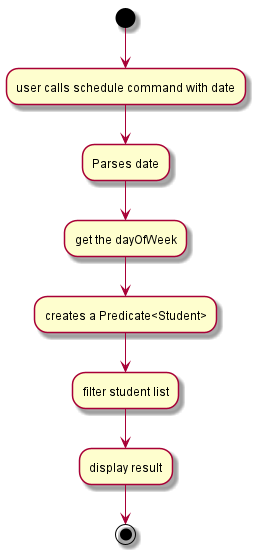
This is docs/images/ScheduleActivityDiagram.png from nus-cs2103-AY2021S1/tp, a PlantUML export, as it was before one commit.
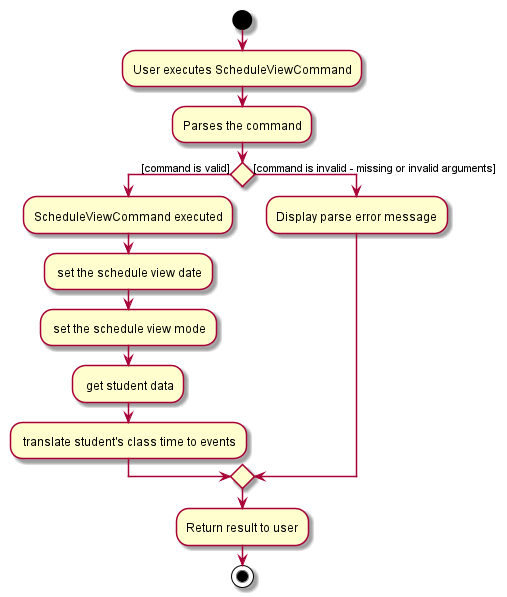
Later version of the same file.

Diff of the diagram source:
```diff
@@ -1,9 +1,17 @@
 @startuml
-(*) --> "user calls schedule command with date"
-"user calls schedule command with date" --> "Parses date"
-"Parses date" --> "get the dayOfWeek"
-"get the dayOfWeek" --> "creates a Predicate<Student>"
-"creates a Predicate<Student>" --> "filter student list"
-"filter student list" --> "display result"
-"display result" --> (*)
+start
+:User executes ScheduleViewCommand;
+:Parses the command;
+if () then ([command is valid])
+    :ScheduleViewCommand executed;
+    : set the schedule view date;
+    : set the schedule view mode;
+    : get student data;
+    : translate student's class time to events;
+
+else ([command is invalid - missing or invalid arguments])
+    :Display parse error message;
+endif
+:Return result to user;
+stop
 @enduml
```
